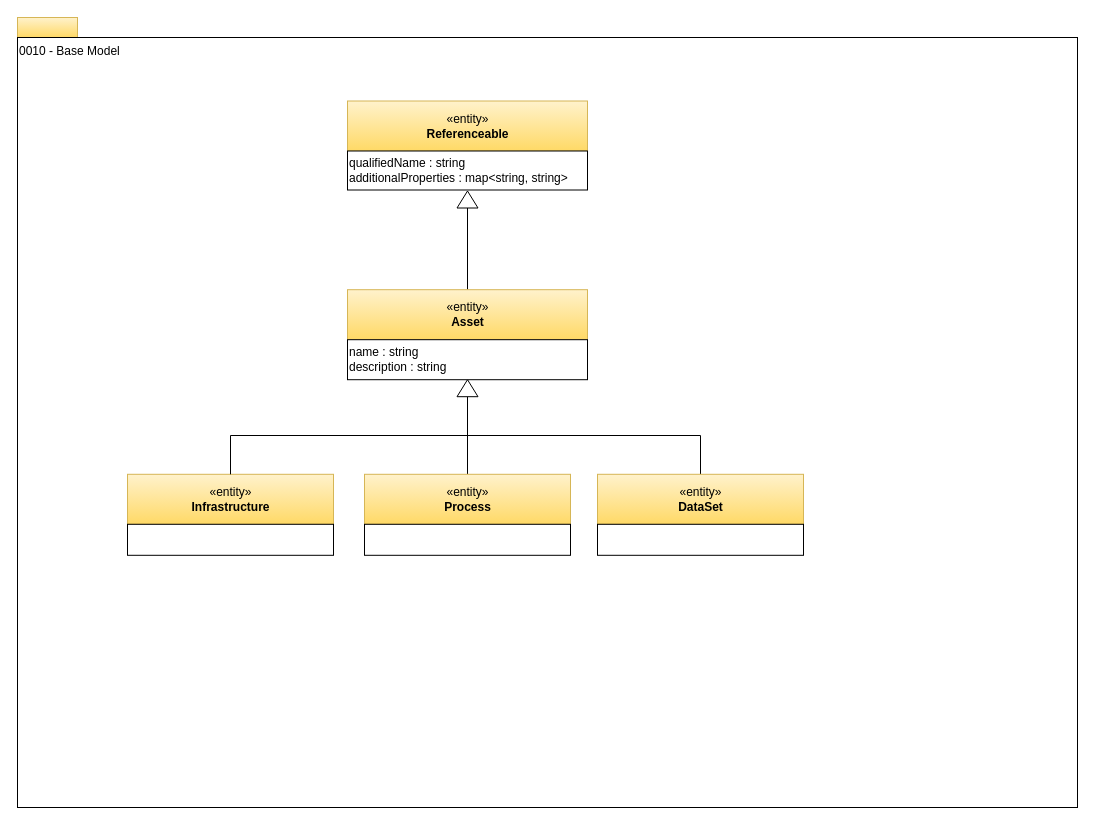
Before: page "0010-Base-Model" (2 of 21) of open-metadata-publication/website/open-metadata-types/area-0-basic-types-and-infrastructure.drawio in odpi/egeria, a draw.io diagram. Source tidied: cells renumbered, new cells numbered last; positions are measured from the earlier drawing's top-left corner, leaving out a move shared by most shapes. Both pictures are drawn from the tidied source at 100%, with x=0, y=0 at pixel (17, 17).
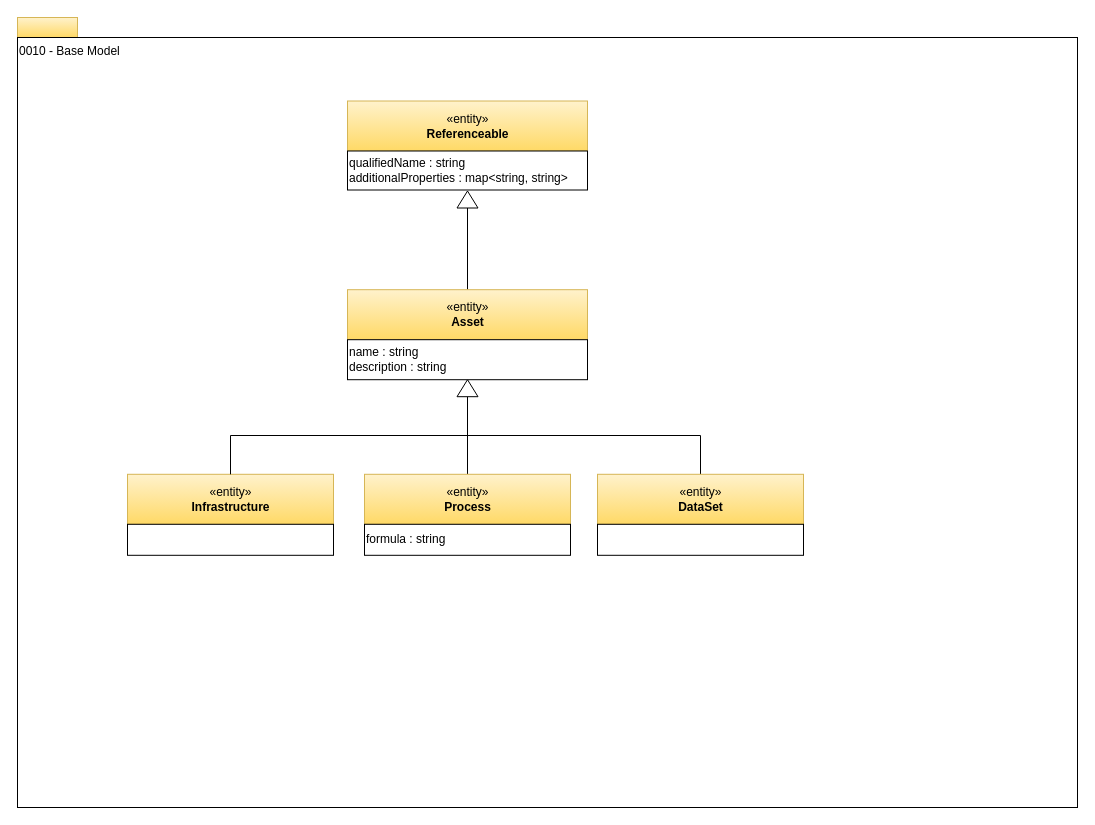
After the change.

Diff of the diagram source:
```diff
@@
 <mxGraphModel>
   <root>
     <mxCell id="0" />
     <mxCell id="1" parent="0" />
     <mxCell id="2" style="rounded=0;whiteSpace=wrap;html=1;align=left;fillColor=#fff2cc;strokeColor=#d6b656;gradientColor=#ffd966;" parent="1" vertex="1">
       <mxGeometry width="60" height="20" as="geometry" />
     </mxCell>
     <mxCell id="3" value="0010 - Base Model" style="rounded=0;whiteSpace=wrap;html=1;align=left;verticalAlign=top;" parent="1" vertex="1">
       <mxGeometry y="20" width="1060" height="770" as="geometry" />
     </mxCell>
     <mxCell id="4" value="«entity»&lt;br&gt;&lt;b&gt;Referenceable&lt;/b&gt;" style="html=1;strokeColor=#d6b656;align=center;fillColor=#fff2cc;gradientColor=#ffd966;" parent="1" vertex="1">
       <mxGeometry x="330" y="83.5" width="240" height="50" as="geometry" />
     </mxCell>
     <mxCell id="5" value="«entity»&lt;br&gt;&lt;b&gt;Infrastructure&lt;/b&gt;" style="html=1;strokeColor=#d6b656;align=center;fillColor=#fff2cc;gradientColor=#ffd966;" parent="1" vertex="1">
       <mxGeometry x="110" y="456.8" width="206" height="50" as="geometry" />
     </mxCell>
     <mxCell id="6" style="rounded=0;whiteSpace=wrap;html=1;strokeColor=#000000;gradientColor=#ffffff;align=center;" parent="1" vertex="1">
       <mxGeometry x="110" y="506.8" width="206" height="31" as="geometry" />
     </mxCell>
     <mxCell id="7" style="edgeStyle=orthogonalEdgeStyle;rounded=0;html=1;exitX=0;exitY=0.5;entryX=0.5;entryY=0;jettySize=auto;endArrow=none;endFill=0;" parent="1" edge="1" source="8" target="10">
       <mxGeometry relative="1" as="geometry" />
     </mxCell>
     <mxCell id="8" style="triangle;whiteSpace=wrap;html=1;strokeColor=#000000;gradientColor=#ffffff;align=center;rotation=-90;" parent="1" vertex="1">
       <mxGeometry x="441.5" y="171.5" width="17" height="21" as="geometry" />
     </mxCell>
     <mxCell id="9" value="qualifiedName : string&lt;br&gt;additionalProperties : map&amp;lt;string, string&amp;gt;&lt;br&gt;&lt;div style=&quot;text-align: left&quot;&gt;&lt;/div&gt;" style="rounded=0;whiteSpace=wrap;html=1;strokeColor=#000000;gradientColor=#ffffff;align=left;" parent="1" vertex="1">
       <mxGeometry x="330" y="133.5" width="240" height="39" as="geometry" />
     </mxCell>
     <mxCell id="10" value="«entity»&lt;br&gt;&lt;b&gt;Asset&lt;/b&gt;" style="html=1;strokeColor=#d6b656;align=center;fillColor=#fff2cc;gradientColor=#ffd966;" parent="1" vertex="1">
       <mxGeometry x="330" y="272.2" width="240" height="50" as="geometry" />
     </mxCell>
     <mxCell id="11" style="edgeStyle=orthogonalEdgeStyle;rounded=0;html=1;exitX=0;exitY=0.5;entryX=0.5;entryY=0;endArrow=none;endFill=0;jettySize=auto;" parent="1" edge="1" source="14" target="5">
       <mxGeometry relative="1" as="geometry" />
     </mxCell>
     <mxCell id="12" style="edgeStyle=orthogonalEdgeStyle;rounded=0;html=1;exitX=0;exitY=0.5;endArrow=none;endFill=0;jettySize=auto;" parent="1" edge="1" source="14" target="16">
       <mxGeometry relative="1" as="geometry" />
     </mxCell>
     <mxCell id="13" style="edgeStyle=orthogonalEdgeStyle;rounded=0;html=1;exitX=0;exitY=0.5;entryX=0.5;entryY=0;endArrow=none;endFill=0;jettySize=auto;" parent="1" edge="1" source="14" target="18">
       <mxGeometry relative="1" as="geometry" />
     </mxCell>
     <mxCell id="14" style="triangle;whiteSpace=wrap;html=1;strokeColor=#000000;gradientColor=#ffffff;align=center;rotation=-90;" parent="1" vertex="1">
       <mxGeometry x="441.5" y="360.2" width="17" height="21" as="geometry" />
     </mxCell>
     <mxCell id="15" value="name : string&lt;br&gt;description : string&lt;br&gt;&lt;div style=&quot;text-align: left&quot;&gt;&lt;/div&gt;" style="rounded=0;whiteSpace=wrap;html=1;strokeColor=#000000;gradientColor=#ffffff;align=left;" parent="1" vertex="1">
       <mxGeometry x="330" y="322.2" width="240" height="40" as="geometry" />
     </mxCell>
     <mxCell id="16" value="«entity»&lt;br&gt;&lt;b&gt;Process&lt;/b&gt;" style="html=1;strokeColor=#d6b656;align=center;fillColor=#fff2cc;gradientColor=#ffd966;" parent="1" vertex="1">
       <mxGeometry x="347" y="456.8" width="206" height="50" as="geometry" />
     </mxCell>
-    <mxCell id="17" style="rounded=0;whiteSpace=wrap;html=1;strokeColor=#000000;gradientColor=#ffffff;align=center;" parent="1" vertex="1">
+    <mxCell id="17" value="formula : string" style="rounded=0;whiteSpace=wrap;html=1;strokeColor=#000000;gradientColor=#ffffff;align=left;" parent="1" vertex="1">
       <mxGeometry x="347" y="506.8" width="206" height="31" as="geometry" />
     </mxCell>
     <mxCell id="18" value="«entity»&lt;br&gt;&lt;b&gt;DataSet&lt;/b&gt;" style="html=1;strokeColor=#d6b656;align=center;fillColor=#fff2cc;gradientColor=#ffd966;" parent="1" vertex="1">
       <mxGeometry x="580" y="456.8" width="206" height="50" as="geometry" />
     </mxCell>
     <mxCell id="19" style="rounded=0;whiteSpace=wrap;html=1;strokeColor=#000000;gradientColor=#ffffff;align=center;" parent="1" vertex="1">
       <mxGeometry x="580" y="506.8" width="206" height="31" as="geometry" />
     </mxCell>
   </root>
 </mxGraphModel>
```
